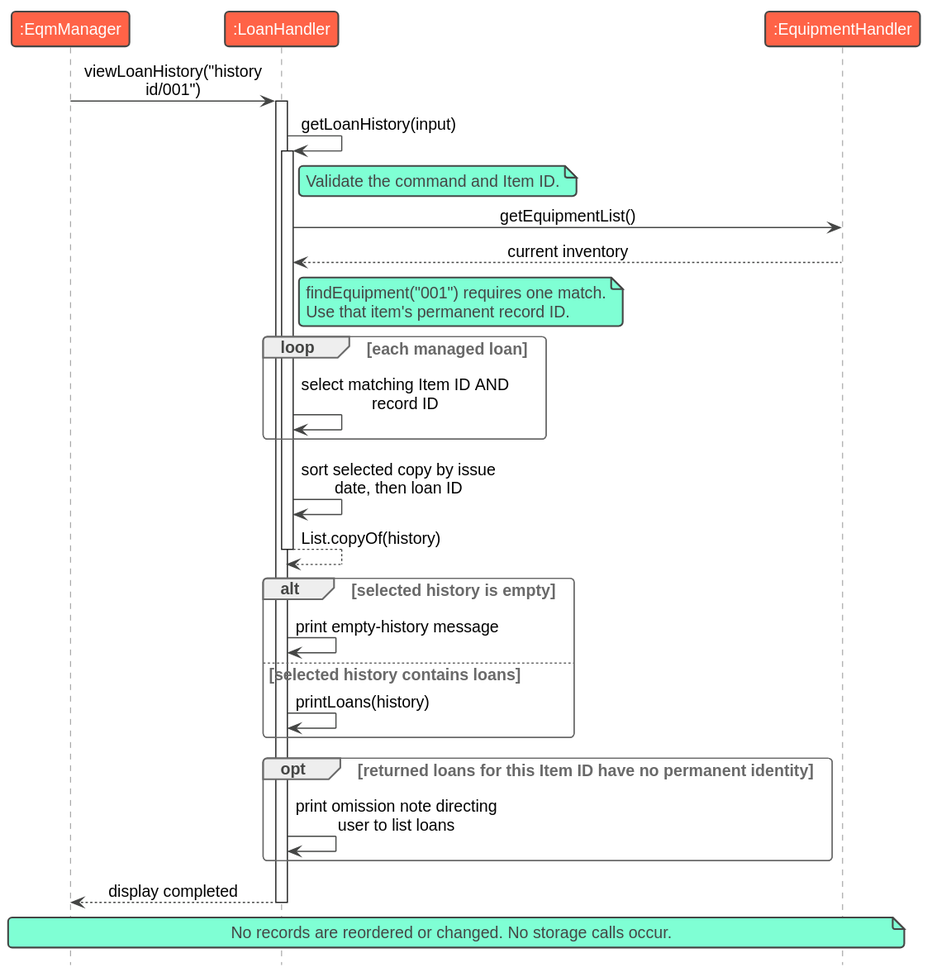
AY2627S1-CS2113-W13-1/tp keeps this PlantUML diagram as docs/images/HistorySequence.svg. Above is the earlier version. Source of this version:
```plantuml
@startuml
!include style.puml
hide footbox
skinparam sequenceMessageAlign center
skinparam maxMessageSize 190

participant ":EqmManager" as Manager
participant ":LoanHandler" as Handler
participant ":EquipmentHandler" as Inventory

Manager -> Handler: viewLoanHistory("history id/001")
activate Handler
Handler -> Handler: getLoanHistory(input)
activate Handler
note right of Handler
Validate the command and Item ID.
end note
Handler -> Inventory: getEquipmentList()
Inventory --> Handler: current inventory
note right of Handler
findEquipment("001") requires one match.
Use that item's permanent record ID.
end note
loop each managed loan
    Handler -> Handler: select matching Item ID AND record ID
end
Handler -> Handler: sort selected copy by issue date, then loan ID
Handler --> Handler: List.copyOf(history)
deactivate Handler
alt selected history is empty
    Handler -> Handler: print empty-history message
else selected history contains loans
    Handler -> Handler: printLoans(history)
end
opt returned loans for this Item ID have no permanent identity
    Handler -> Handler: print omission note directing user to list loans
end
Handler --> Manager: display completed
deactivate Handler
note over Manager, Inventory
No records are reordered or changed. No storage calls occur.
end note
@enduml
```
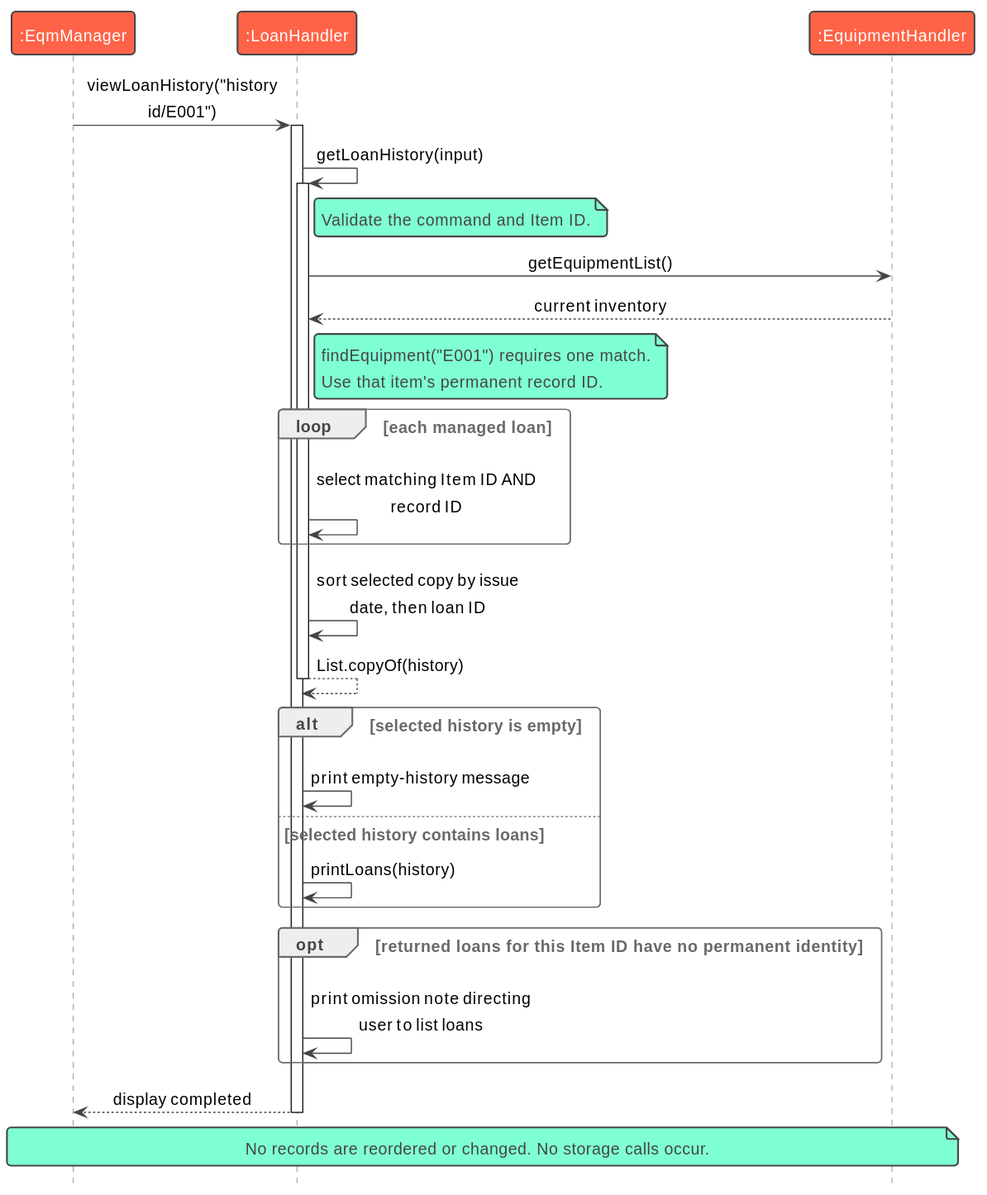
After the commit.

The edit, as a diff of the source:
```diff
@@ -8,7 +8,7 @@
 participant ":LoanHandler" as Handler
 participant ":EquipmentHandler" as Inventory
 
-Manager -> Handler: viewLoanHistory("history id/001")
+Manager -> Handler: viewLoanHistory("history id/E001")
 activate Handler
 Handler -> Handler: getLoanHistory(input)
 activate Handler
@@ -18,7 +18,7 @@
 Handler -> Inventory: getEquipmentList()
 Inventory --> Handler: current inventory
 note right of Handler
-findEquipment("001") requires one match.
+findEquipment("E001") requires one match.
 Use that item's permanent record ID.
 end note
 loop each managed loan
```
